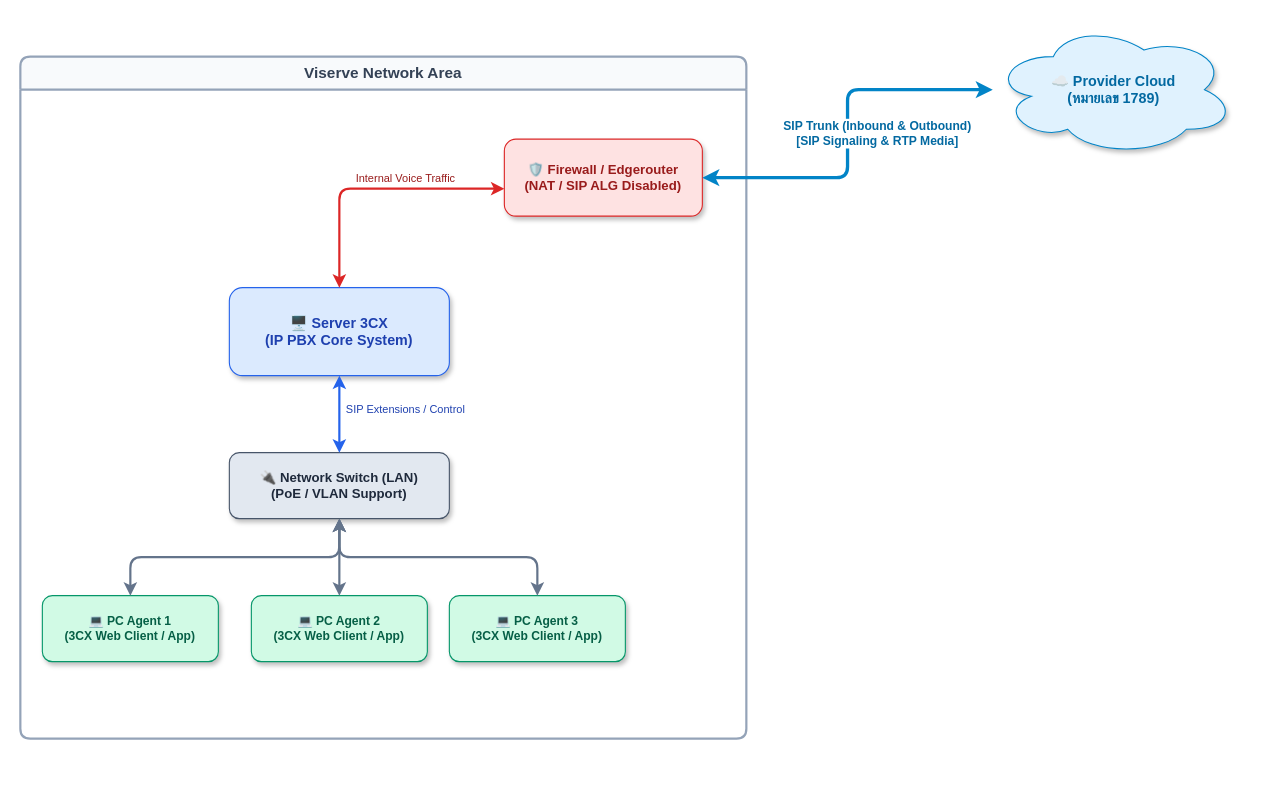
Earlier version of the draw.io diagram docs/DiagramHaier.drawio (Anurak-Creator/ANURAK-HOMELAB). Source tidied: cells renumbered, new cells numbered last; positions are measured from the earlier drawing's top-left corner, leaving out a move shared by most shapes. Both pictures are drawn from the tidied source at 110%, with x=0, y=0 at pixel (20, 23).
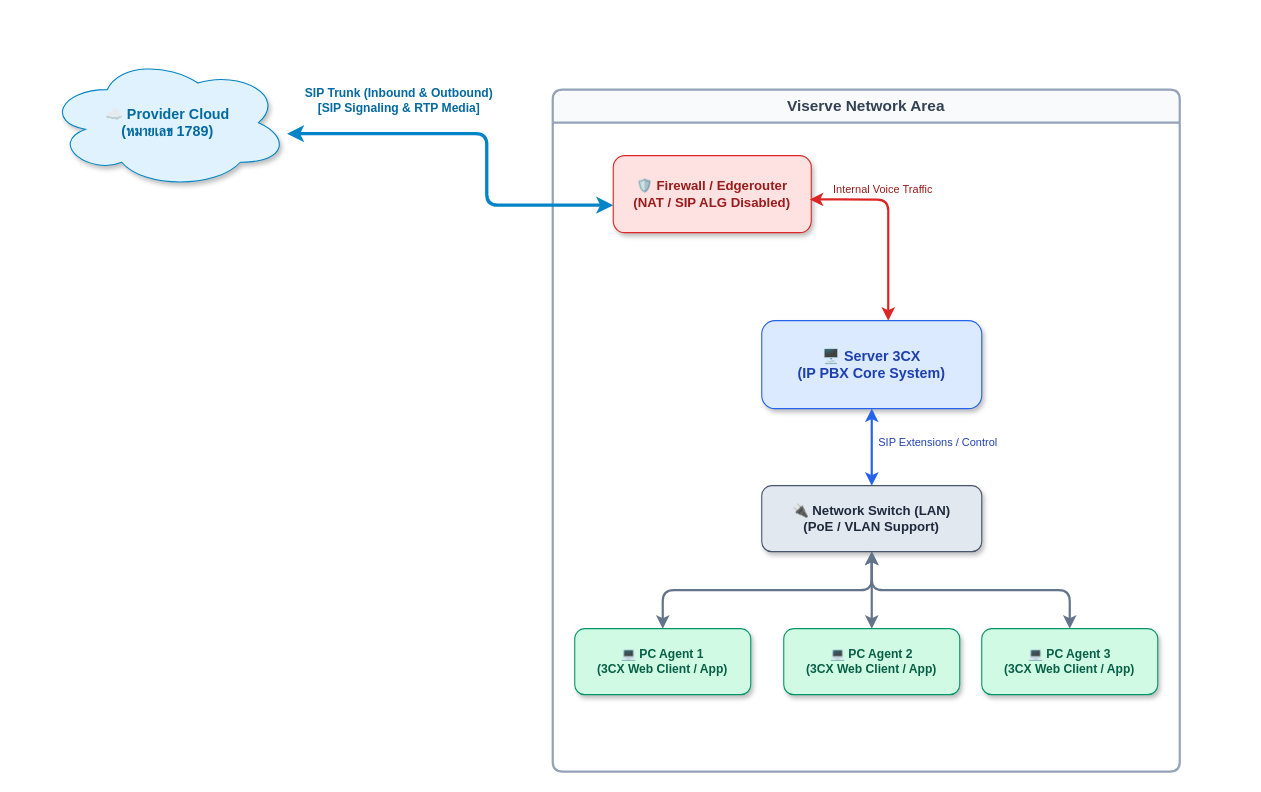
Above is the later version.

Diff of the diagram source:
```diff
@@
 <mxGraphModel>
   <root>
     <mxCell id="0" />
     <mxCell id="1" parent="0" />
     <mxCell id="2" value="☁️ Provider Cloud&#10;(หมายเลข 1789)" style="ellipse;shape=cloud;whiteSpace=wrap;html=1;strokeColor=#0284C7;fillColor=#E0F2FE;fontColor=#0369A1;fontStyle=1;fontSize=13;shadow=1;" parent="1" vertex="1">
-      <mxGeometry x="884" width="220" height="120" as="geometry" />
+      <mxGeometry x="24" y="30" width="220" height="120" as="geometry" />
     </mxCell>
     <mxCell id="3" value="Viserve Network Area" style="swimlane;whiteSpace=wrap;html=1;strokeColor=#94A3B8;fillColor=#F8FAFC;fontColor=#334155;fontStyle=1;fontSize=14;rounded=1;arcSize=10;startSize=30;strokeWidth=2;perimeterSpacing=5;" parent="1" vertex="1">
-      <mxGeometry y="30" width="660" height="620" as="geometry" />
+      <mxGeometry x="484" y="60" width="570" height="620" as="geometry" />
     </mxCell>
     <mxCell id="4" value="🛡️ Firewall / Edgerouter&#10;(NAT / SIP ALG Disabled)" style="html=1;whiteSpace=wrap;strokeColor=#DC2626;fillColor=#FEE2E2;fontColor=#991B1B;fontStyle=1;rounded=1;arcSize=15;shadow=1;fontSize=12;" parent="3" vertex="1">
-      <mxGeometry x="440" y="75" width="180" height="70" as="geometry" />
+      <mxGeometry x="55" y="60" width="180" height="70" as="geometry" />
     </mxCell>
     <mxCell id="5" value="🖥️ Server 3CX&#10;(IP PBX Core System)" style="html=1;whiteSpace=wrap;strokeColor=#2563EB;fillColor=#DBEAFE;fontColor=#1E40AF;fontStyle=1;rounded=1;arcSize=15;shadow=1;fontSize=13;" parent="3" vertex="1">
       <mxGeometry x="190" y="210" width="200" height="80" as="geometry" />
     </mxCell>
     <mxCell id="6" value="🔌 Network Switch (LAN)&#10;(PoE / VLAN Support)" style="html=1;whiteSpace=wrap;strokeColor=#475569;fillColor=#E2E8F0;fontColor=#1E293B;fontStyle=1;rounded=1;arcSize=15;shadow=1;fontSize=12;" parent="3" vertex="1">
       <mxGeometry x="190" y="360" width="200" height="60" as="geometry" />
     </mxCell>
     <mxCell id="7" value="💻 PC Agent 1&#10;(3CX Web Client / App)" style="html=1;whiteSpace=wrap;strokeColor=#059669;fillColor=#D1FAE5;fontColor=#065F46;fontStyle=1;rounded=1;arcSize=15;shadow=1;fontSize=11;" parent="3" vertex="1">
       <mxGeometry x="20" y="490" width="160" height="60" as="geometry" />
     </mxCell>
     <mxCell id="8" value="💻 PC Agent 2&#10;(3CX Web Client / App)" style="html=1;whiteSpace=wrap;strokeColor=#059669;fillColor=#D1FAE5;fontColor=#065F46;fontStyle=1;rounded=1;arcSize=15;shadow=1;fontSize=11;" parent="3" vertex="1">
       <mxGeometry x="210" y="490" width="160" height="60" as="geometry" />
     </mxCell>
     <mxCell id="9" value="💻 PC Agent 3&#10;(3CX Web Client / App)" style="html=1;whiteSpace=wrap;strokeColor=#059669;fillColor=#D1FAE5;fontColor=#065F46;fontStyle=1;rounded=1;arcSize=15;shadow=1;fontSize=11;" parent="3" vertex="1">
       <mxGeometry x="390" y="490" width="160" height="60" as="geometry" />
     </mxCell>
-    <mxCell id="10" value="Internal Voice Traffic" style="edgeStyle=orthogonalEdgeStyle;rounded=1;strokeColor=#DC2626;strokeWidth=2;startArrow=classic;endArrow=classic;html=1;fontColor=#991B1B;fontSize=10;labelBackgroundColor=#FFFFFF;entryX=0.5;entryY=0;entryDx=0;entryDy=0;" parent="3" edge="1" source="4" target="5">
-      <mxGeometry x="-0.25" y="-10" relative="1" as="geometry">
+    <mxCell id="10" value="Internal Voice Traffic" style="edgeStyle=orthogonalEdgeStyle;rounded=1;strokeColor=#DC2626;strokeWidth=2;startArrow=classic;endArrow=classic;html=1;fontColor=#991B1B;fontSize=10;labelBackgroundColor=#FFFFFF;entryX=0.5;entryY=0;entryDx=0;entryDy=0;exitX=0.993;exitY=0.568;exitDx=0;exitDy=0;exitPerimeter=0;" parent="3" edge="1" source="4">
+      <mxGeometry x="-0.27" y="10" relative="1" as="geometry">
+        <mxPoint x="305" y="210" as="targetPoint" />
         <Array as="points">
-          <mxPoint x="290" y="120" />
+          <mxPoint x="250" y="99.8" />
+          <mxPoint x="305" y="100" />
         </Array>
       </mxGeometry>
     </mxCell>
     <mxCell id="11" value="SIP Extensions / Control" style="edgeStyle=orthogonalEdgeStyle;rounded=1;strokeColor=#2563EB;strokeWidth=2;startArrow=classic;endArrow=classic;html=1;fontColor=#1E40AF;fontSize=10;labelBackgroundColor=#FFFFFF;" parent="3" edge="1" source="5" target="6">
       <mxGeometry x="-0.14" y="60" relative="1" as="geometry" />
     </mxCell>
     <mxCell id="12" style="edgeStyle=orthogonalEdgeStyle;rounded=1;strokeColor=#64748B;strokeWidth=2;startArrow=classic;endArrow=classic;html=1;exitX=0.5;exitY=1;exitDx=0;exitDy=0;" parent="3" edge="1" source="6" target="7">
       <mxGeometry relative="1" as="geometry" />
     </mxCell>
     <mxCell id="13" style="edgeStyle=orthogonalEdgeStyle;rounded=1;strokeColor=#64748B;strokeWidth=2;startArrow=classic;endArrow=classic;html=1;" parent="3" edge="1" source="6" target="8">
       <mxGeometry relative="1" as="geometry" />
     </mxCell>
     <mxCell id="14" style="edgeStyle=orthogonalEdgeStyle;rounded=1;strokeColor=#64748B;strokeWidth=2;startArrow=classic;endArrow=classic;html=1;exitX=0.5;exitY=1;exitDx=0;exitDy=0;" parent="3" edge="1" source="6" target="9">
       <mxGeometry relative="1" as="geometry" />
     </mxCell>
     <mxCell id="15" value="SIP Trunk (Inbound &amp; Outbound)&#10;[SIP Signaling &amp; RTP Media]" style="edgeStyle=orthogonalEdgeStyle;rounded=1;strokeColor=#0284C7;strokeWidth=3;startArrow=classic;endArrow=classic;html=1;fontColor=#0369A1;fontStyle=1;fontSize=11;labelBackgroundColor=#FFFFFF;" parent="1" edge="1" source="4" target="2">
-      <mxGeometry y="-27" relative="1" as="geometry" />
+      <mxGeometry x="0.44" y="-30" relative="1" as="geometry">
+        <Array as="points">
+          <mxPoint x="424" y="165" />
+          <mxPoint x="424" y="100" />
+        </Array>
+      </mxGeometry>
     </mxCell>
   </root>
 </mxGraphModel>
```
